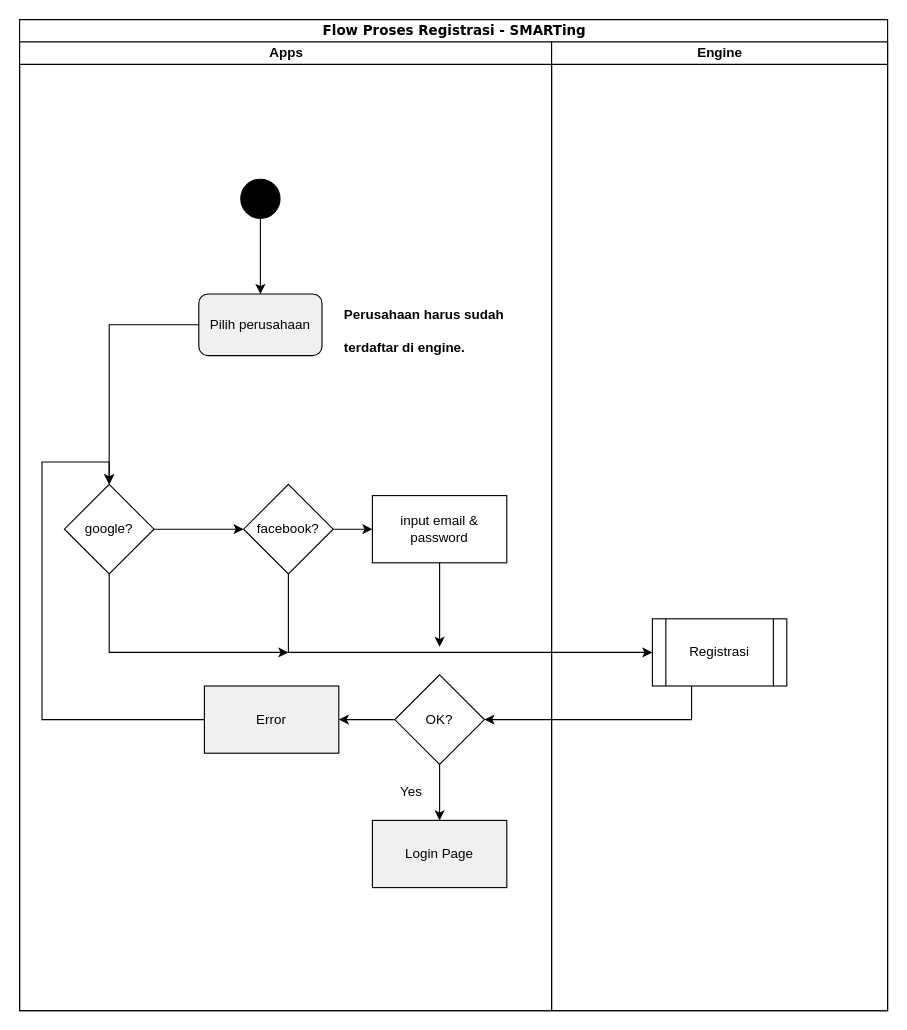
Before: page "Registration" (1 of 2) of SmartTing.drawio in rickysutanto/smarting, a draw.io diagram. Source tidied: cells renumbered, new cells numbered last; positions are measured from the earlier drawing's top-left corner, leaving out a move shared by most shapes. Both pictures are drawn from the tidied source at 112%, with x=0, y=0 at pixel (19, 19).
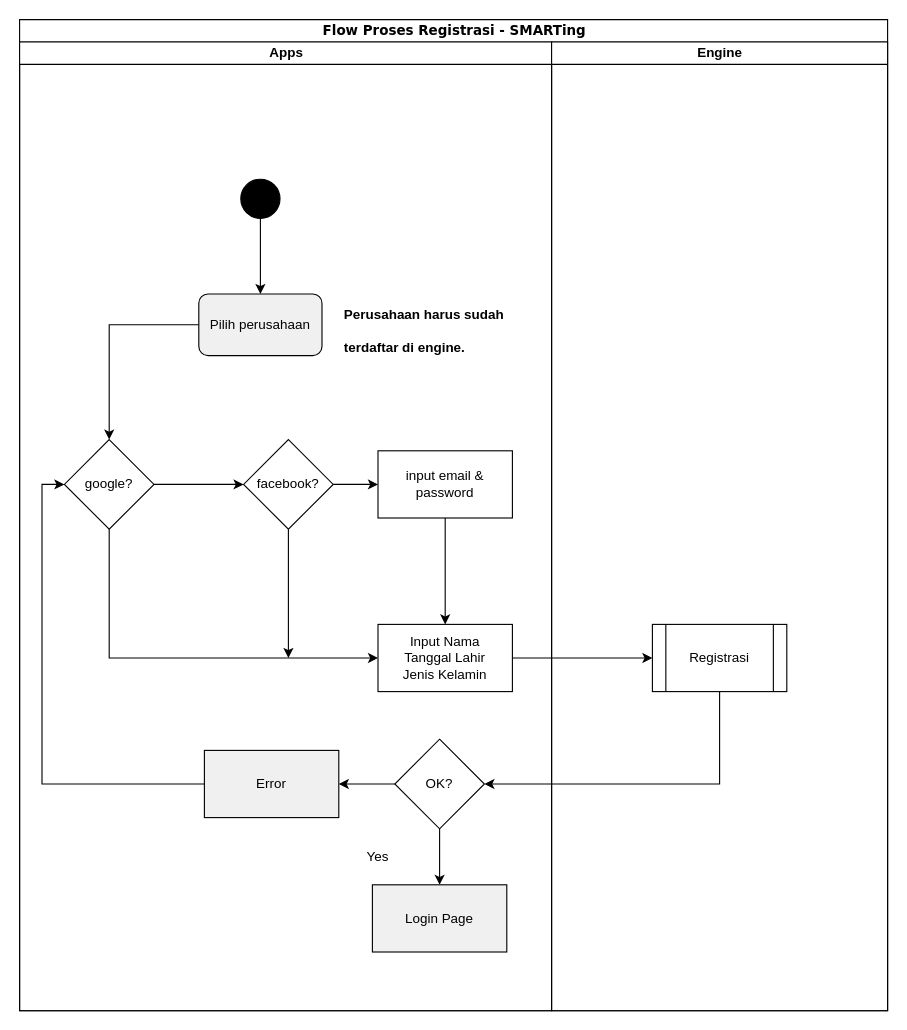
The same page after the edit.

Unchanged cells that the change refers to:
```xml
<mxCell id="2" value="Flow Proses Registrasi - SMARTing" style="swimlane;html=1;startSize=20;rounded=0;shadow=0;comic=0;labelBackgroundColor=none;strokeColor=#000000;strokeWidth=1;fillColor=#ffffff;fontFamily=Verdana;fontSize=12;fontColor=#000000;align=center;" parent="1" vertex="1">
  <mxGeometry width="775" height="885" as="geometry" />
</mxCell>
<mxCell id="5" value="Apps" style="swimlane;html=1;startSize=20;" parent="2" vertex="1">
  <mxGeometry y="20" width="475" height="865" as="geometry" />
</mxCell>
<mxCell id="24" value="Engine" style="swimlane;html=1;startSize=20;" parent="2" vertex="1">
  <mxGeometry x="475" y="20" width="300" height="865" as="geometry" />
</mxCell>
```

Diff of the diagram source:
```diff
@@
-    <mxCell id="3" style="edgeStyle=orthogonalEdgeStyle;rounded=0;jettySize=auto;html=1;entryX=0;entryY=0.5;entryDx=0;entryDy=0;exitX=0.5;exitY=1;exitDx=0;exitDy=0;" parent="2" edge="1" source="9" target="25">
-      <mxGeometry relative="1" as="geometry">
-        <Array as="points">
-          <mxPoint x="240" y="565" />
-          <mxPoint x="540" y="565" />
-        </Array>
-      </mxGeometry>
-    </mxCell>
-    <mxCell id="4" style="edgeStyle=orthogonalEdgeStyle;rounded=0;jettySize=auto;html=1;entryX=1;entryY=0.5;entryDx=0;entryDy=0;" parent="2" edge="1" source="25" target="14">
+    <mxCell id="4" style="edgeStyle=orthogonalEdgeStyle;rounded=0;jettySize=auto;html=1;entryX=1;entryY=0.5;entryDx=0;entryDy=0;exitX=0.5;exitY=1;exitDx=0;exitDy=0;" parent="2" edge="1" source="25" target="14">
       <mxGeometry relative="1" as="geometry">
         <Array as="points">
-          <mxPoint x="600" y="625" />
+          <mxPoint x="625" y="683" />
         </Array>
       </mxGeometry>
     </mxCell>
@@
     <mxCell id="7" value="google?&lt;br&gt;" style="rhombus;whiteSpace=wrap;html=1;" parent="5" vertex="1">
-      <mxGeometry x="40" y="395" width="80" height="80" as="geometry" />
+      <mxGeometry x="40" y="355" width="80" height="80" as="geometry" />
     </mxCell>
@@
     <mxCell id="9" value="facebook?&lt;br&gt;" style="rhombus;whiteSpace=wrap;html=1;" parent="5" vertex="1">
-      <mxGeometry x="200" y="395" width="80" height="80" as="geometry" />
+      <mxGeometry x="200" y="355" width="80" height="80" as="geometry" />
     </mxCell>
-    <mxCell id="10" style="edgeStyle=orthogonalEdgeStyle;rounded=0;jettySize=auto;html=1;exitX=0.5;exitY=1;exitDx=0;exitDy=0;" parent="5" edge="1" source="7">
+    <mxCell id="10" style="edgeStyle=orthogonalEdgeStyle;rounded=0;jettySize=auto;html=1;exitX=0.5;exitY=1;exitDx=0;exitDy=0;entryX=0;entryY=0.5;entryDx=0;entryDy=0;" parent="5" edge="1" source="7" target="28">
       <mxGeometry relative="1" as="geometry">
-        <mxPoint x="240" y="545" as="targetPoint" />
         <Array as="points">
-          <mxPoint x="80" y="545" />
-          <mxPoint x="240" y="545" />
+          <mxPoint x="80" y="550" />
         </Array>
       </mxGeometry>
     </mxCell>
+    <mxCell id="27" style="edgeStyle=orthogonalEdgeStyle;rounded=0;jettySize=auto;html=1;entryX=0.5;entryY=0;entryDx=0;entryDy=0;" parent="5" edge="1" source="11" target="28">
+      <mxGeometry relative="1" as="geometry" />
+    </mxCell>
     <mxCell id="11" value="input email &amp;amp; password" style="rounded=0;whiteSpace=wrap;html=1;" parent="5" vertex="1">
-      <mxGeometry x="315" y="405" width="120" height="60" as="geometry" />
+      <mxGeometry x="320" y="365" width="120" height="60" as="geometry" />
     </mxCell>
@@
     <mxCell id="14" value="OK?" style="rhombus;whiteSpace=wrap;html=1;" parent="5" vertex="1">
-      <mxGeometry x="335" y="565" width="80" height="80" as="geometry" />
+      <mxGeometry x="335" y="622.5" width="80" height="80" as="geometry" />
     </mxCell>
@@
+    <mxCell id="20" style="edgeStyle=orthogonalEdgeStyle;rounded=0;jettySize=auto;html=1;entryX=0;entryY=0.5;entryDx=0;entryDy=0;" parent="5" edge="1" source="16" target="7">
+      <mxGeometry relative="1" as="geometry" />
+    </mxCell>
     <mxCell id="16" value="Error" style="rounded=0;whiteSpace=wrap;html=1;fillColor=#F0F0F0;" parent="5" vertex="1">
-      <mxGeometry x="165" y="575" width="120" height="60" as="geometry" />
+      <mxGeometry x="165" y="632.5" width="120" height="60" as="geometry" />
     </mxCell>
     <mxCell id="17" value="Yes" style="text;html=1;strokeColor=none;fillColor=none;align=center;verticalAlign=middle;whiteSpace=wrap;rounded=0;" parent="5" vertex="1">
-      <mxGeometry x="330" y="660" width="40" height="20" as="geometry" />
+      <mxGeometry x="300" y="717.5" width="40" height="20" as="geometry" />
     </mxCell>
@@
-    <mxCell id="20" style="edgeStyle=orthogonalEdgeStyle;rounded=0;jettySize=auto;html=1;entryX=0.5;entryY=0;entryDx=0;entryDy=0;" parent="5" edge="1" source="16" target="7">
-      <mxGeometry relative="1" as="geometry">
-        <Array as="points">
-          <mxPoint x="20" y="605" />
-          <mxPoint x="20" y="375" />
-          <mxPoint x="80" y="375" />
-        </Array>
-      </mxGeometry>
-    </mxCell>
@@
     <mxCell id="22" value="Login Page" style="rounded=0;whiteSpace=wrap;html=1;fillColor=#F0F0F0;" parent="5" vertex="1">
-      <mxGeometry x="315" y="695" width="120" height="60" as="geometry" />
+      <mxGeometry x="315" y="752.5" width="120" height="60" as="geometry" />
     </mxCell>
@@
+    <mxCell id="28" value="Input Nama&lt;br&gt;Tanggal Lahir&lt;br&gt;Jenis Kelamin&lt;br&gt;" style="rounded=0;whiteSpace=wrap;html=1;" parent="5" vertex="1">
+      <mxGeometry x="320" y="520" width="120" height="60" as="geometry" />
+    </mxCell>
@@
     <mxCell id="25" value="Registrasi" style="shape=process;whiteSpace=wrap;html=1;backgroundOutline=1;" parent="24" vertex="1">
-      <mxGeometry x="90" y="515" width="120" height="60" as="geometry" />
+      <mxGeometry x="90" y="520" width="120" height="60" as="geometry" />
     </mxCell>
-    <mxCell id="26" style="edgeStyle=orthogonalEdgeStyle;rounded=0;jettySize=auto;html=1;" parent="1" edge="1" source="11">
-      <mxGeometry relative="1" as="geometry">
-        <mxPoint x="375" y="560" as="targetPoint" />
-      </mxGeometry>
-    </mxCell>
+    <mxCell id="29" style="edgeStyle=orthogonalEdgeStyle;rounded=0;jettySize=auto;html=1;entryX=0;entryY=0.5;entryDx=0;entryDy=0;" parent="2" edge="1" source="28" target="25">
+      <mxGeometry relative="1" as="geometry" />
+    </mxCell>
+    <mxCell id="30" style="edgeStyle=orthogonalEdgeStyle;rounded=0;jettySize=auto;html=1;" parent="1" edge="1" source="9">
+      <mxGeometry relative="1" as="geometry">
+        <mxPoint x="240" y="570" as="targetPoint" />
+      </mxGeometry>
+    </mxCell>
```
